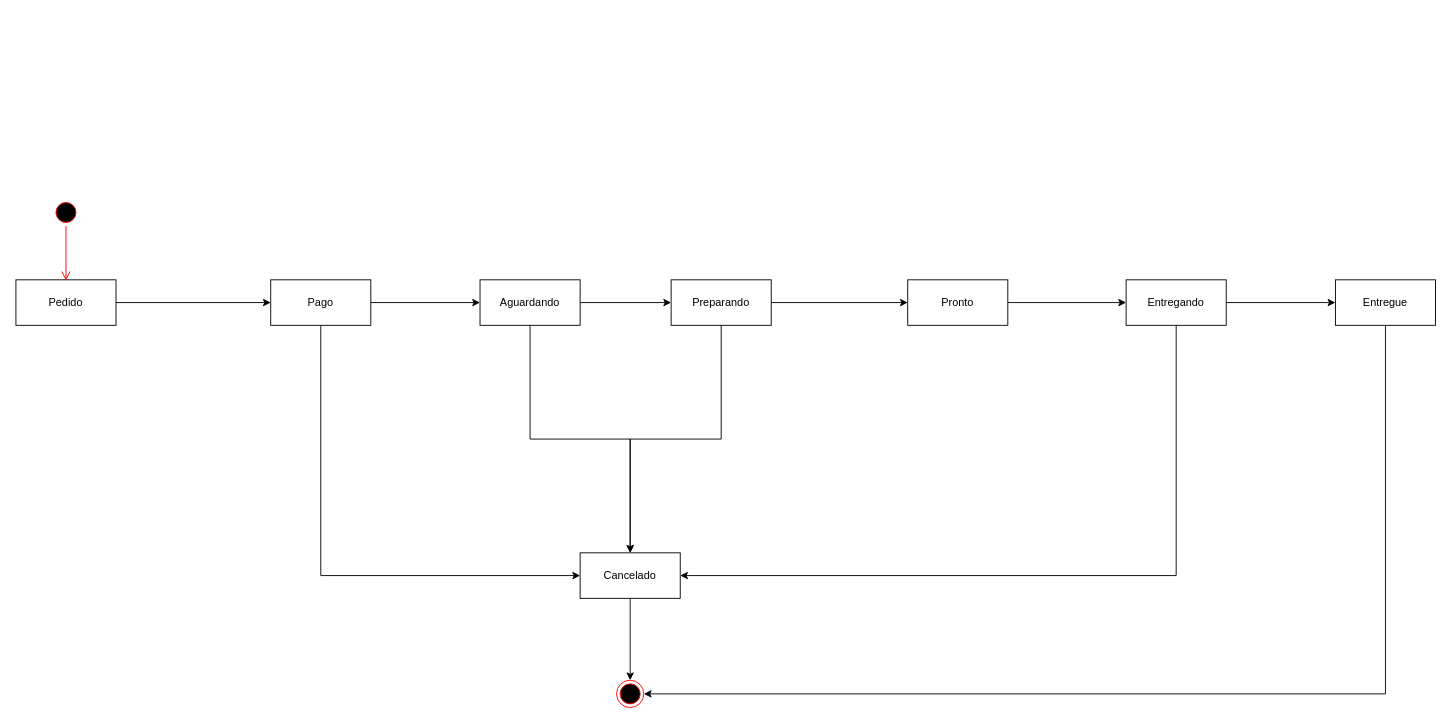
Before: Atividades_Status.drawio in Gabi-r7/Pizzaria-turma-1, a draw.io diagram. Source tidied: cells renumbered, new cells numbered last; positions are measured from the earlier drawing's top-left corner, leaving out a move shared by most shapes. Both pictures are drawn from the tidied source at 91%, with x=0, y=0 at pixel (15, 198).
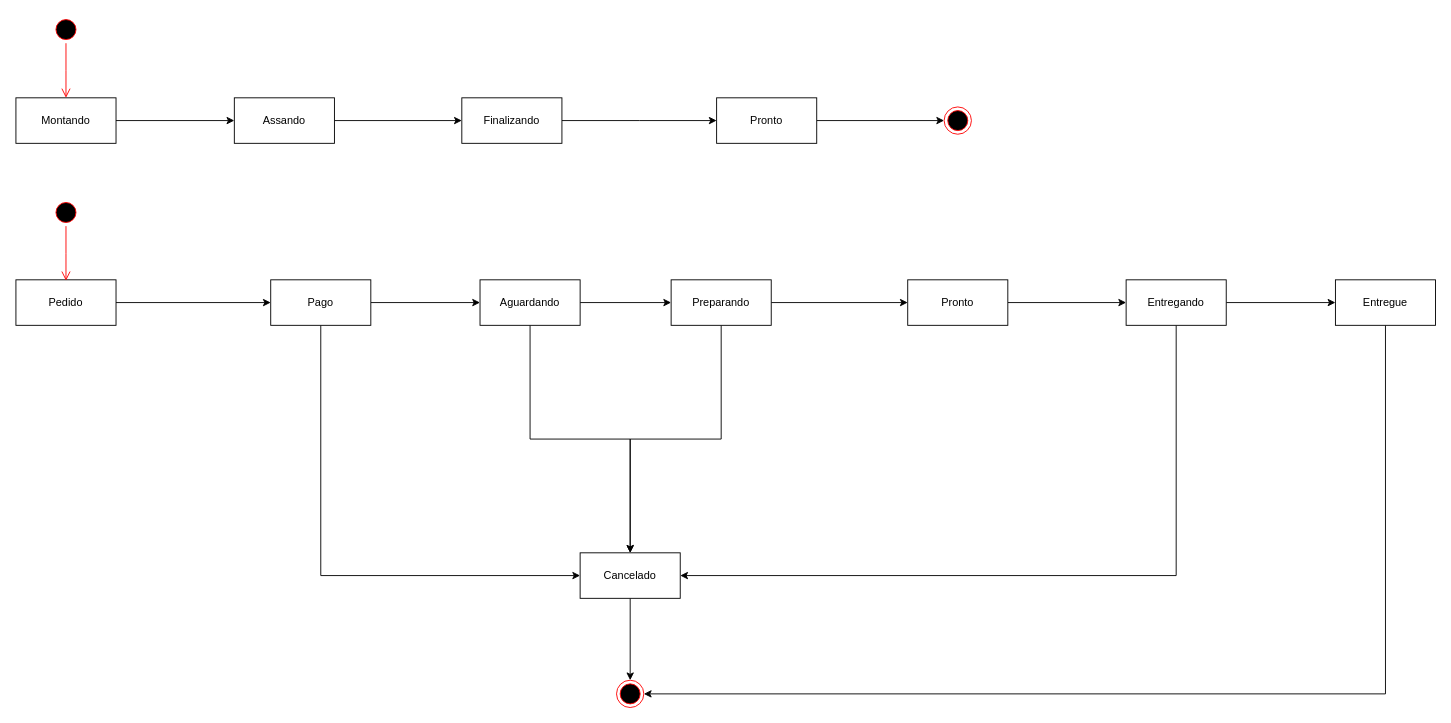
After the change.

Diff of the diagram source:
```diff
@@
+    <mxCell id="25" style="edgeStyle=orthogonalEdgeStyle;rounded=0;jettySize=auto;html=1;exitX=1;exitY=0.5;exitDx=0;exitDy=0;entryX=0;entryY=0.5;entryDx=0;entryDy=0;" parent="1" edge="1" source="26" target="30">
+      <mxGeometry relative="1" as="geometry" />
+    </mxCell>
+    <mxCell id="26" value="Assando" style="html=1;whiteSpace=wrap;" parent="1" vertex="1">
+      <mxGeometry x="240" y="-111" width="110" height="50" as="geometry" />
+    </mxCell>
+    <mxCell id="27" style="edgeStyle=orthogonalEdgeStyle;rounded=0;jettySize=auto;html=1;exitX=1;exitY=0.5;exitDx=0;exitDy=0;entryX=0;entryY=0.5;entryDx=0;entryDy=0;" parent="1" edge="1" source="28" target="26">
+      <mxGeometry relative="1" as="geometry" />
+    </mxCell>
+    <mxCell id="28" value="Montando" style="html=1;whiteSpace=wrap;" parent="1" vertex="1">
+      <mxGeometry y="-111" width="110" height="50" as="geometry" />
+    </mxCell>
+    <mxCell id="29" style="edgeStyle=orthogonalEdgeStyle;rounded=0;jettySize=auto;html=1;exitX=1;exitY=0.5;exitDx=0;exitDy=0;" parent="1" edge="1" source="30">
+      <mxGeometry relative="1" as="geometry">
+        <mxPoint x="770" y="-86" as="targetPoint" />
+      </mxGeometry>
+    </mxCell>
+    <mxCell id="30" value="Finalizando" style="html=1;whiteSpace=wrap;" parent="1" vertex="1">
+      <mxGeometry x="490" y="-111" width="110" height="50" as="geometry" />
+    </mxCell>
+    <mxCell id="31" style="ellipse;html=1;shape=startState;fillColor=#000000;strokeColor=#ff0000;" parent="1" vertex="1">
+      <mxGeometry x="40" y="-201" width="30" height="30" as="geometry" />
+    </mxCell>
+    <mxCell id="32" style="edgeStyle=orthogonalEdgeStyle;html=1;verticalAlign=bottom;endArrow=open;endSize=8;strokeColor=#ff0000;rounded=0;" parent="1" edge="1" source="31">
+      <mxGeometry relative="1" as="geometry">
+        <mxPoint x="55" y="-111" as="targetPoint" />
+      </mxGeometry>
+    </mxCell>
+    <mxCell id="33" style="edgeStyle=orthogonalEdgeStyle;rounded=0;jettySize=auto;html=1;exitX=1;exitY=0.5;exitDx=0;exitDy=0;entryX=0;entryY=0.5;entryDx=0;entryDy=0;" parent="1" edge="1" source="34" target="35">
+      <mxGeometry relative="1" as="geometry" />
+    </mxCell>
+    <mxCell id="34" value="Pronto" style="html=1;whiteSpace=wrap;" parent="1" vertex="1">
+      <mxGeometry x="770" y="-111" width="110" height="50" as="geometry" />
+    </mxCell>
+    <mxCell id="35" style="ellipse;html=1;shape=endState;fillColor=#000000;strokeColor=#ff0000;" parent="1" vertex="1">
+      <mxGeometry x="1020" y="-101" width="30" height="30" as="geometry" />
+    </mxCell>
```
